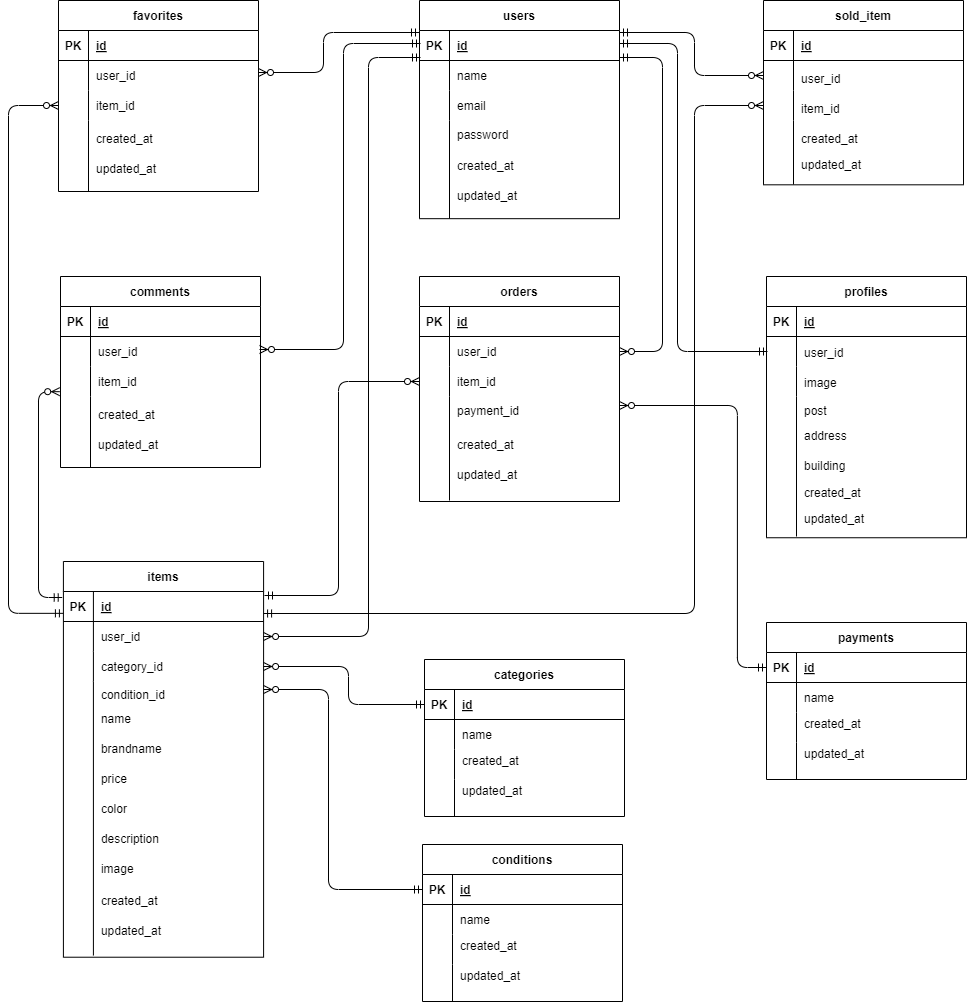
Before: market.drawio.png, a diagram exported from draw.io (syakuyaku514/third-case). Source tidied: cells renumbered, new cells last; positions are measured from the earlier drawing's top-left corner, leaving out a move shared by most shapes.
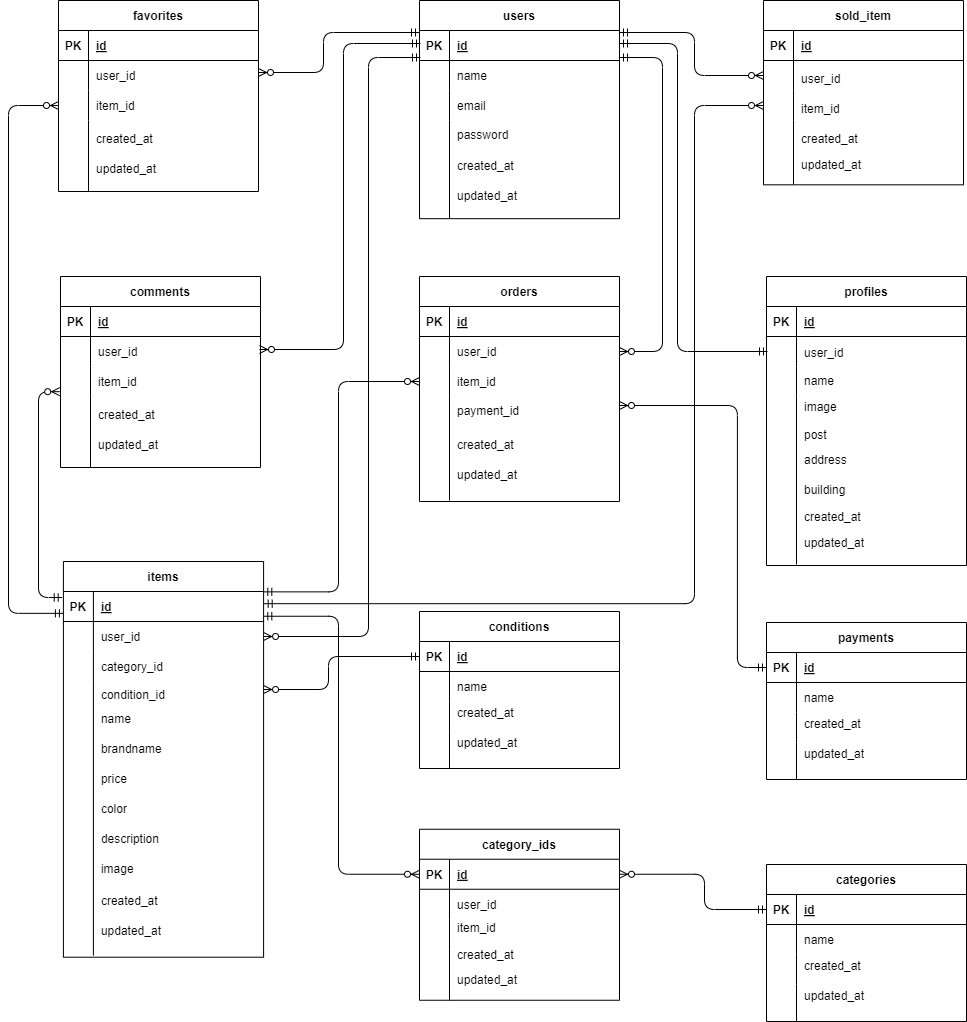
Later version of the same file.

Change to the diagram source:
```diff
@@ -144,7 +144,7 @@
       <mxGeometry x="788" y="738" width="150" height="30" as="geometry" />
     </mxCell>
     <mxCell id="49" value="categories" style="shape=table;startSize=30;rowLines=0;fontStyle=1;align=center;" parent="1" vertex="1">
-      <mxGeometry x="416" y="659" width="200" height="157" as="geometry" />
+      <mxGeometry x="758" y="864" width="200" height="157" as="geometry" />
     </mxCell>
     <mxCell id="50" style="shape=tableRow;horizontal=0;startSize=0;swimlaneHead=0;swimlaneBody=0;fillColor=none;points=[[0,0.5],[1,0.5]];portConstraint=eastwest;top=0;left=0;right=0;bottom=1;" parent="49" vertex="1">
       <mxGeometry y="30" width="200" height="30" as="geometry" />
@@ -183,10 +183,10 @@
       <mxGeometry x="30" width="170" height="37" as="geometry" />
     </mxCell>
     <mxCell id="62" value="created_at" style="shape=partialRectangle;fillColor=none;top=0;left=0;bottom=0;right=0;align=left;spacingLeft=6;overflow=hidden;" parent="1" vertex="1">
-      <mxGeometry x="446" y="745" width="150" height="30" as="geometry" />
+      <mxGeometry x="788" y="950" width="150" height="30" as="geometry" />
     </mxCell>
     <mxCell id="63" value="updated_at" style="shape=partialRectangle;fillColor=none;top=0;left=0;bottom=0;right=0;align=left;spacingLeft=6;overflow=hidden;" parent="1" vertex="1">
-      <mxGeometry x="446" y="775" width="150" height="30" as="geometry" />
+      <mxGeometry x="788" y="980" width="150" height="30" as="geometry" />
     </mxCell>
     <mxCell id="64" value="favorites" style="shape=table;startSize=30;rowLines=0;fontStyle=1;align=center;" parent="1" vertex="1">
       <mxGeometry x="50" width="200" height="191" as="geometry" />
@@ -397,16 +397,6 @@
         </Array>
       </mxGeometry>
     </mxCell>
-    <mxCell id="121" style="edgeStyle=elbowEdgeStyle;fontSize=12;html=1;endArrow=ERzeroToMany;startArrow=ERmandOne;entryX=1;entryY=0.5;entryDx=0;entryDy=0;exitX=0;exitY=0.5;exitDx=0;exitDy=0;" parent="1" edge="1" source="50" target="101">
-      <mxGeometry relative="1" as="geometry">
-        <Array as="points">
-          <mxPoint x="340" y="669" />
-          <mxPoint x="274" y="682" />
-          <mxPoint x="332" y="695" />
-          <mxPoint x="517" y="815.9" />
-        </Array>
-      </mxGeometry>
-    </mxCell>
     <mxCell id="122" style="edgeStyle=elbowEdgeStyle;fontSize=12;html=1;endArrow=ERzeroToMany;startArrow=ERmandOne;exitX=0;exitY=0.5;exitDx=0;exitDy=0;" parent="1" edge="1" source="35">
       <mxGeometry relative="1" as="geometry">
         <mxPoint x="611" y="405" as="targetPoint" />
@@ -418,9 +408,8 @@
         </Array>
       </mxGeometry>
     </mxCell>
-    <mxCell id="123" style="edgeStyle=elbowEdgeStyle;fontSize=12;html=1;endArrow=ERzeroToMany;startArrow=ERmandOne;entryX=0;entryY=0.5;entryDx=0;entryDy=0;" parent="1" edge="1" target="25">
+    <mxCell id="123" style="edgeStyle=elbowEdgeStyle;fontSize=12;html=1;endArrow=ERzeroToMany;startArrow=ERmandOne;entryX=0;entryY=0.5;entryDx=0;entryDy=0;exitX=1.001;exitY=0.012;exitDx=0;exitDy=0;exitPerimeter=0;" parent="1" edge="1" source="95" target="25">
       <mxGeometry relative="1" as="geometry">
-        <mxPoint x="256" y="595" as="sourcePoint" />
         <Array as="points">
           <mxPoint x="330" y="388" />
           <mxPoint x="664" y="203" />
@@ -430,7 +419,7 @@
       </mxGeometry>
     </mxCell>
     <mxCell id="124" value="conditions" style="shape=table;startSize=30;rowLines=0;fontStyle=1;align=center;" parent="1" vertex="1">
-      <mxGeometry x="414" y="844" width="200" height="157" as="geometry" />
+      <mxGeometry x="411" y="611" width="200" height="157" as="geometry" />
     </mxCell>
     <mxCell id="125" style="shape=tableRow;horizontal=0;startSize=0;swimlaneHead=0;swimlaneBody=0;fillColor=none;points=[[0,0.5],[1,0.5]];portConstraint=eastwest;top=0;left=0;right=0;bottom=1;" parent="124" vertex="1">
       <mxGeometry y="30" width="200" height="30" as="geometry" />
@@ -469,10 +458,10 @@
       <mxGeometry x="30" width="170" height="37" as="geometry" />
     </mxCell>
     <mxCell id="137" value="created_at" style="shape=partialRectangle;fillColor=none;top=0;left=0;bottom=0;right=0;align=left;spacingLeft=6;overflow=hidden;" parent="1" vertex="1">
-      <mxGeometry x="444" y="930" width="150" height="30" as="geometry" />
+      <mxGeometry x="441" y="697" width="150" height="30" as="geometry" />
     </mxCell>
     <mxCell id="138" value="updated_at" style="shape=partialRectangle;fillColor=none;top=0;left=0;bottom=0;right=0;align=left;spacingLeft=6;overflow=hidden;" parent="1" vertex="1">
-      <mxGeometry x="444" y="960" width="150" height="30" as="geometry" />
+      <mxGeometry x="441" y="727" width="150" height="30" as="geometry" />
     </mxCell>
     <mxCell id="139" style="edgeStyle=elbowEdgeStyle;fontSize=12;html=1;endArrow=ERzeroToMany;startArrow=ERmandOne;entryX=1;entryY=0.5;entryDx=0;entryDy=0;" parent="1" edge="1" source="125">
       <mxGeometry relative="1" as="geometry">
@@ -550,9 +539,8 @@
         </Array>
       </mxGeometry>
     </mxCell>
-    <mxCell id="159" style="edgeStyle=elbowEdgeStyle;fontSize=12;html=1;endArrow=ERzeroToMany;startArrow=ERmandOne;entryX=0;entryY=0.5;entryDx=0;entryDy=0;" parent="1" edge="1" target="148">
+    <mxCell id="159" style="edgeStyle=elbowEdgeStyle;fontSize=12;html=1;endArrow=ERzeroToMany;startArrow=ERmandOne;entryX=0;entryY=0.5;entryDx=0;entryDy=0;exitX=1.003;exitY=0.406;exitDx=0;exitDy=0;exitPerimeter=0;" parent="1" edge="1" source="95" target="148">
       <mxGeometry relative="1" as="geometry">
-        <mxPoint x="255.1" y="613" as="sourcePoint" />
         <Array as="points">
           <mxPoint x="686" y="470" />
           <mxPoint x="663.1" y="221" />
@@ -562,7 +550,7 @@
       </mxGeometry>
     </mxCell>
     <mxCell id="160" value="profiles" style="shape=table;startSize=30;rowLines=0;fontStyle=1;align=center;" parent="1" vertex="1">
-      <mxGeometry x="758" y="276" width="200" height="261.2" as="geometry" />
+      <mxGeometry x="758" y="276" width="200" height="289" as="geometry" />
     </mxCell>
     <mxCell id="161" style="shape=tableRow;horizontal=0;startSize=0;swimlaneHead=0;swimlaneBody=0;fillColor=none;top=0;left=0;right=0;bottom=1;" parent="160" vertex="1">
       <mxGeometry y="30" width="200" height="30" as="geometry" />
@@ -592,34 +580,28 @@
       <mxGeometry x="30" width="170" height="30" as="geometry" />
     </mxCell>
     <mxCell id="170" style="shape=tableRow;horizontal=0;startSize=0;swimlaneHead=0;swimlaneBody=0;fillColor=none;top=0;left=0;right=0;bottom=0;" parent="160" vertex="1">
-      <mxGeometry y="120" width="200" height="140" as="geometry" />
+      <mxGeometry y="120" width="200" height="168" as="geometry" />
     </mxCell>
     <mxCell id="171" style="shape=partialRectangle;fillColor=none;top=0;left=0;bottom=0;right=0;overflow=hidden;" parent="170" vertex="1">
-      <mxGeometry width="30" height="140" as="geometry" />
+      <mxGeometry width="30" height="168" as="geometry" />
     </mxCell>
     <mxCell id="172" style="shape=partialRectangle;fillColor=none;top=0;left=0;bottom=0;right=0;align=left;spacingLeft=6;overflow=hidden;" parent="170" vertex="1">
-      <mxGeometry x="30" width="170" height="140" as="geometry" />
+      <mxGeometry x="30" width="170" height="168" as="geometry" />
     </mxCell>
-    <mxCell id="173" value="created_at" style="shape=partialRectangle;fillColor=none;top=0;left=0;bottom=0;right=0;align=left;spacingLeft=6;overflow=hidden;" parent="1" vertex="1">
-      <mxGeometry x="788" y="477" width="150" height="30" as="geometry" />
-    </mxCell>
-    <mxCell id="174" value="updated_at" style="shape=partialRectangle;fillColor=none;top=0;left=0;bottom=0;right=0;align=left;spacingLeft=6;overflow=hidden;" parent="1" vertex="1">
-      <mxGeometry x="788" y="503" width="150" height="30" as="geometry" />
-    </mxCell>
     <mxCell id="175" value="user_id" style="shape=partialRectangle;fillColor=none;top=0;left=0;bottom=0;right=0;align=left;spacingLeft=6;overflow=hidden;" parent="1" vertex="1">
       <mxGeometry x="788" y="337" width="170" height="30" as="geometry" />
     </mxCell>
     <mxCell id="176" value="image" style="shape=partialRectangle;fillColor=none;top=0;left=0;bottom=0;right=0;align=left;spacingLeft=6;overflow=hidden;" parent="1" vertex="1">
-      <mxGeometry x="788" y="367" width="170" height="30" as="geometry" />
+      <mxGeometry x="788" y="391" width="170" height="30" as="geometry" />
     </mxCell>
     <mxCell id="177" value="post" style="shape=partialRectangle;fillColor=none;top=0;left=0;bottom=0;right=0;align=left;spacingLeft=6;overflow=hidden;" parent="1" vertex="1">
-      <mxGeometry x="788" y="395" width="170" height="30" as="geometry" />
+      <mxGeometry x="788" y="419" width="170" height="30" as="geometry" />
     </mxCell>
     <mxCell id="178" value="address" style="shape=partialRectangle;fillColor=none;top=0;left=0;bottom=0;right=0;align=left;spacingLeft=6;overflow=hidden;" parent="1" vertex="1">
-      <mxGeometry x="788" y="420" width="170" height="30" as="geometry" />
+      <mxGeometry x="788" y="444" width="170" height="30" as="geometry" />
     </mxCell>
     <mxCell id="179" value="building" style="shape=partialRectangle;fillColor=none;top=0;left=0;bottom=0;right=0;align=left;spacingLeft=6;overflow=hidden;" parent="1" vertex="1">
-      <mxGeometry x="788" y="450" width="170" height="30" as="geometry" />
+      <mxGeometry x="788" y="474" width="170" height="30" as="geometry" />
     </mxCell>
     <mxCell id="180" style="edgeStyle=elbowEdgeStyle;fontSize=12;html=1;endArrow=ERmandOne;startArrow=ERmandOne;entryX=0.005;entryY=0.5;entryDx=0;entryDy=0;entryPerimeter=0;endFill=0;" parent="1" edge="1" target="164">
       <mxGeometry relative="1" as="geometry">
@@ -632,5 +614,82 @@
         </Array>
       </mxGeometry>
     </mxCell>
+    <mxCell id="181" value="category_ids" style="shape=table;startSize=30;rowLines=0;fontStyle=1;align=center;" parent="1" vertex="1">
+      <mxGeometry x="411" y="828.8" width="200" height="171" as="geometry" />
+    </mxCell>
+    <mxCell id="182" style="shape=tableRow;horizontal=0;startSize=0;swimlaneHead=0;swimlaneBody=0;fillColor=none;points=[[0,0.5],[1,0.5]];portConstraint=eastwest;top=0;left=0;right=0;bottom=1;" parent="181" vertex="1">
+      <mxGeometry y="30" width="200" height="30" as="geometry" />
+    </mxCell>
+    <mxCell id="183" value="PK" style="shape=partialRectangle;fillColor=none;top=0;left=0;bottom=0;right=0;fontStyle=1;overflow=hidden;" parent="182" vertex="1">
+      <mxGeometry width="30" height="30" as="geometry" />
+    </mxCell>
+    <mxCell id="184" value="id" style="shape=partialRectangle;fillColor=none;top=0;left=0;bottom=0;right=0;align=left;spacingLeft=6;fontStyle=5;overflow=hidden;" parent="182" vertex="1">
+      <mxGeometry x="30" width="170" height="30" as="geometry" />
+    </mxCell>
+    <mxCell id="185" style="shape=tableRow;horizontal=0;startSize=0;swimlaneHead=0;swimlaneBody=0;fillColor=none;top=0;left=0;right=0;bottom=0;" parent="181" vertex="1">
+      <mxGeometry y="60" width="200" height="30" as="geometry" />
+    </mxCell>
+    <mxCell id="186" style="shape=partialRectangle;fillColor=none;top=0;left=0;bottom=0;right=0;overflow=hidden;" parent="185" vertex="1">
+      <mxGeometry width="30" height="30" as="geometry" />
+    </mxCell>
+    <mxCell id="187" value="user_id" style="shape=partialRectangle;fillColor=none;top=0;left=0;bottom=0;right=0;align=left;spacingLeft=6;overflow=hidden;" parent="185" vertex="1">
+      <mxGeometry x="30" width="170" height="30" as="geometry" />
+    </mxCell>
+    <mxCell id="188" style="shape=tableRow;horizontal=0;startSize=0;swimlaneHead=0;swimlaneBody=0;fillColor=none;top=0;left=0;right=0;bottom=0;" parent="181" vertex="1">
+      <mxGeometry y="90" width="200" height="30" as="geometry" />
+    </mxCell>
+    <mxCell id="189" style="shape=partialRectangle;fillColor=none;top=0;left=0;bottom=0;right=0;overflow=hidden;" parent="188" vertex="1">
+      <mxGeometry width="30" height="30" as="geometry" />
+    </mxCell>
+    <mxCell id="190" style="shape=partialRectangle;fillColor=none;top=0;left=0;bottom=0;right=0;align=left;spacingLeft=6;overflow=hidden;" parent="188" vertex="1">
+      <mxGeometry x="30" width="170" height="30" as="geometry" />
+    </mxCell>
+    <mxCell id="191" style="shape=tableRow;horizontal=0;startSize=0;swimlaneHead=0;swimlaneBody=0;fillColor=none;top=0;left=0;right=0;bottom=0;" parent="181" vertex="1">
+      <mxGeometry y="120" width="200" height="51" as="geometry" />
+    </mxCell>
+    <mxCell id="192" style="shape=partialRectangle;fillColor=none;top=0;left=0;bottom=0;right=0;overflow=hidden;" parent="191" vertex="1">
+      <mxGeometry width="30" height="51" as="geometry" />
+    </mxCell>
+    <mxCell id="193" style="shape=partialRectangle;fillColor=none;top=0;left=0;bottom=0;right=0;align=left;spacingLeft=6;overflow=hidden;" parent="191" vertex="1">
+      <mxGeometry x="30" width="170" height="51" as="geometry" />
+    </mxCell>
+    <mxCell id="194" value="created_at" style="shape=partialRectangle;fillColor=none;top=0;left=0;bottom=0;right=0;align=left;spacingLeft=6;overflow=hidden;" parent="1" vertex="1">
+      <mxGeometry x="441" y="938.8" width="150" height="30" as="geometry" />
+    </mxCell>
+    <mxCell id="195" value="updated_at" style="shape=partialRectangle;fillColor=none;top=0;left=0;bottom=0;right=0;align=left;spacingLeft=6;overflow=hidden;" parent="1" vertex="1">
+      <mxGeometry x="441" y="963.8" width="150" height="30" as="geometry" />
+    </mxCell>
+    <mxCell id="196" value="item_id" style="shape=partialRectangle;fillColor=none;top=0;left=0;bottom=0;right=0;align=left;spacingLeft=6;overflow=hidden;" parent="1" vertex="1">
+      <mxGeometry x="441" y="912.2" width="170" height="30" as="geometry" />
+    </mxCell>
+    <mxCell id="197" style="edgeStyle=elbowEdgeStyle;fontSize=12;html=1;endArrow=ERzeroToMany;startArrow=ERmandOne;entryX=0;entryY=0.5;entryDx=0;entryDy=0;exitX=1.001;exitY=0.825;exitDx=0;exitDy=0;exitPerimeter=0;" parent="1" edge="1" source="95" target="182">
+      <mxGeometry relative="1" as="geometry">
+        <Array as="points">
+          <mxPoint x="330" y="781" />
+          <mxPoint x="674" y="213" />
+          <mxPoint x="660" y="76" />
+          <mxPoint x="391" y="87" />
+        </Array>
+      </mxGeometry>
+    </mxCell>
+    <mxCell id="198" style="edgeStyle=elbowEdgeStyle;fontSize=12;html=1;endArrow=ERzeroToMany;startArrow=ERmandOne;entryX=1;entryY=0.5;entryDx=0;entryDy=0;exitX=0;exitY=0.5;exitDx=0;exitDy=0;" parent="1" edge="1" source="50" target="182">
+      <mxGeometry relative="1" as="geometry">
+        <Array as="points">
+          <mxPoint x="696" y="894" />
+          <mxPoint x="684" y="223" />
+          <mxPoint x="670" y="86" />
+          <mxPoint x="401" y="97" />
+        </Array>
+      </mxGeometry>
+    </mxCell>
+    <mxCell id="199" value="updated_at" style="shape=partialRectangle;fillColor=none;top=0;left=0;bottom=0;right=0;align=left;spacingLeft=6;overflow=hidden;" parent="1" vertex="1">
+      <mxGeometry x="788" y="527" width="150" height="30" as="geometry" />
+    </mxCell>
+    <mxCell id="200" value="created_at" style="shape=partialRectangle;fillColor=none;top=0;left=0;bottom=0;right=0;align=left;spacingLeft=6;overflow=hidden;" parent="1" vertex="1">
+      <mxGeometry x="788" y="501" width="150" height="30" as="geometry" />
+    </mxCell>
+    <mxCell id="201" value="name" style="shape=partialRectangle;fillColor=none;top=0;left=0;bottom=0;right=0;align=left;spacingLeft=6;overflow=hidden;" parent="1" vertex="1">
+      <mxGeometry x="788" y="365" width="170" height="30" as="geometry" />
+    </mxCell>
   </root>
 </mxGraphModel>
```
